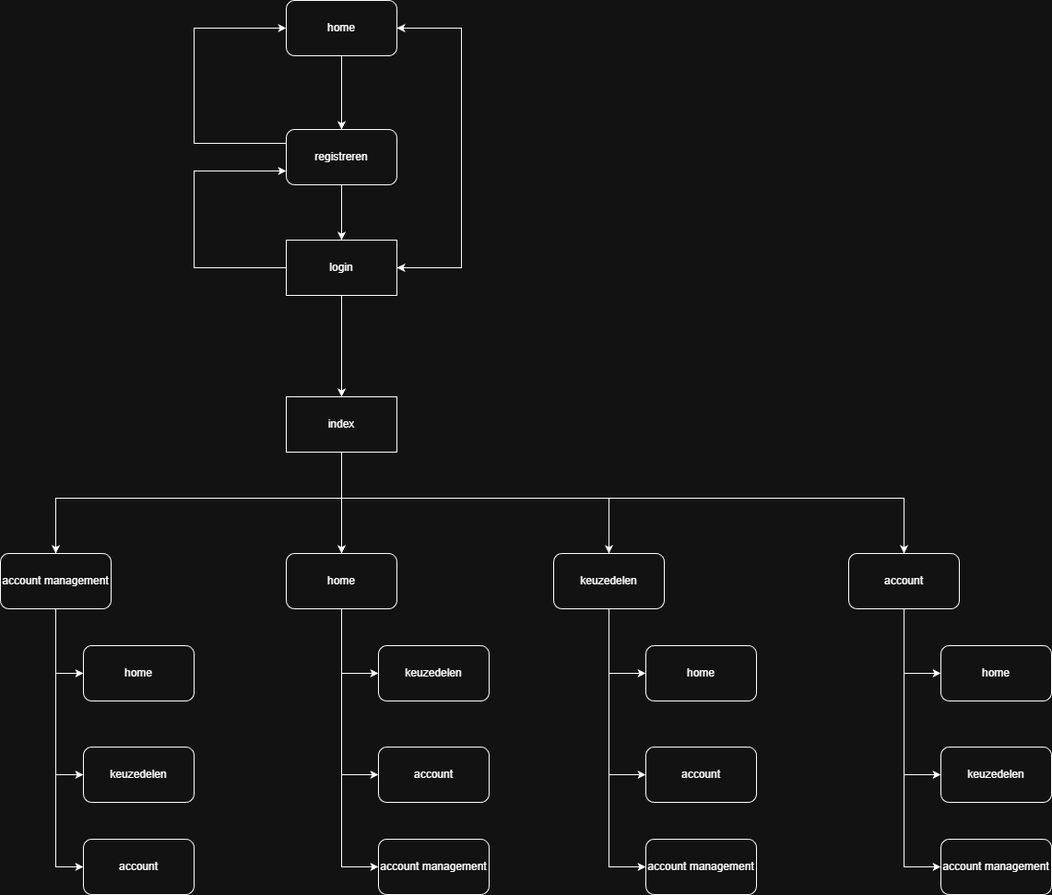
Above: documentatie/keuzedelen-sitemap.png in Ziad6700/laravel2 (draw.io), before the change. Source tidied: cells renumbered, new cells last; positions are measured from the earlier drawing's top-left corner, leaving out a move shared by most shapes.
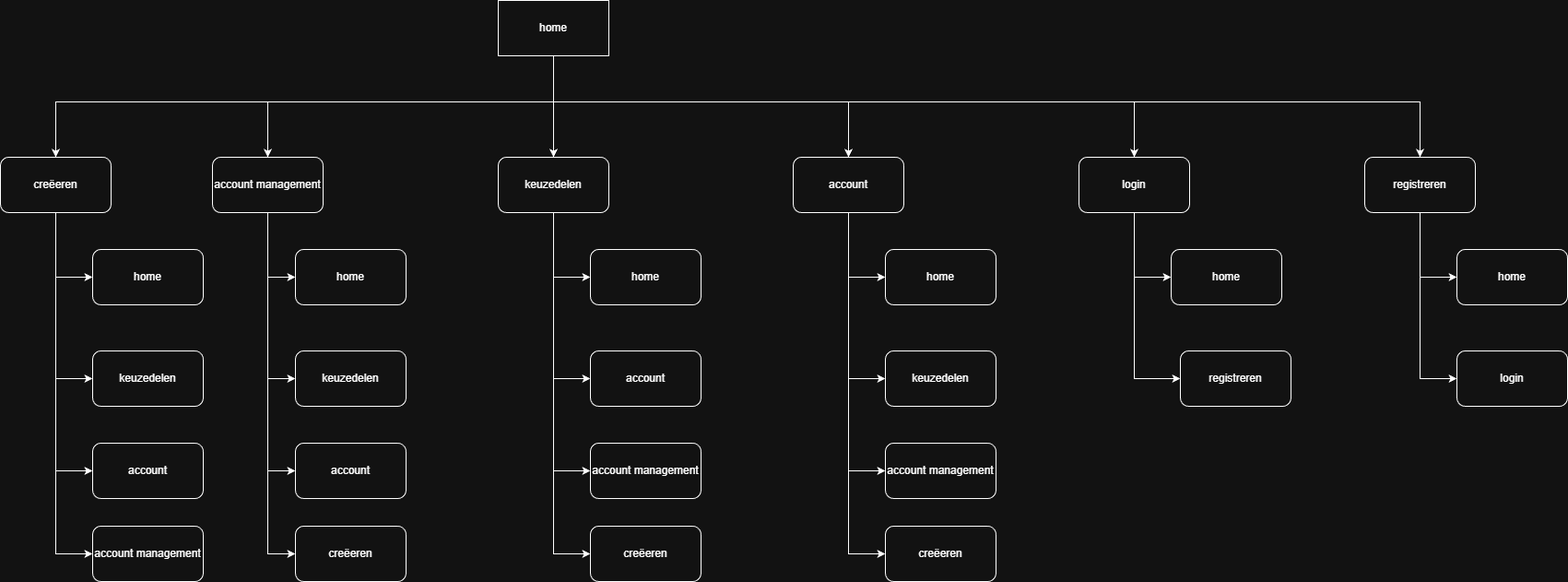
After the commit.

The edit, as a diff of the source:
```diff
@@ -2,182 +2,76 @@
   <root>
     <mxCell id="0" />
     <mxCell id="1" parent="0" />
-    <mxCell id="2" value="home" style="rounded=1;whiteSpace=wrap;html=1;" parent="1" vertex="1">
-      <mxGeometry x="310" width="120" height="60" as="geometry" />
-    </mxCell>
-    <mxCell id="3" value="registreren" style="rounded=1;whiteSpace=wrap;html=1;" parent="1" vertex="1">
-      <mxGeometry x="310" y="140" width="120" height="60" as="geometry" />
-    </mxCell>
-    <mxCell id="4" style="endArrow=classic;html=1;rounded=0;exitX=0.5;exitY=1;exitDx=0;exitDy=0;entryX=0.5;entryY=0;entryDx=0;entryDy=0;" parent="1" edge="1" source="2" target="3">
-      <mxGeometry relative="1" as="geometry" />
-    </mxCell>
-    <mxCell id="5" style="endArrow=classic;html=1;rounded=0;exitX=0.5;exitY=1;exitDx=0;exitDy=0;" parent="1" edge="1" source="3">
-      <mxGeometry relative="1" as="geometry">
-        <mxPoint x="370" y="260" as="targetPoint" />
-      </mxGeometry>
-    </mxCell>
-    <mxCell id="6" value="login" style="rounded=0;whiteSpace=wrap;html=1;" parent="1" vertex="1">
-      <mxGeometry x="310" y="260" width="120" height="60" as="geometry" />
-    </mxCell>
-    <mxCell id="7" style="endArrow=classic;html=1;rounded=0;exitX=0.5;exitY=1;exitDx=0;exitDy=0;" parent="1" edge="1" source="6">
-      <mxGeometry relative="1" as="geometry">
-        <mxPoint x="370" y="430" as="targetPoint" />
-      </mxGeometry>
-    </mxCell>
-    <mxCell id="8" value="index" style="rounded=0;whiteSpace=wrap;html=1;" parent="1" vertex="1">
+    <mxCell id="8" value="home" style="rounded=0;whiteSpace=wrap;html=1;" parent="1" vertex="1">
       <mxGeometry x="310" y="430" width="120" height="60" as="geometry" />
     </mxCell>
-    <mxCell id="9" value="home" style="rounded=1;whiteSpace=wrap;html=1;" parent="1" vertex="1">
-      <mxGeometry x="310" y="600" width="120" height="60" as="geometry" />
-    </mxCell>
-    <mxCell id="10" style="endArrow=classic;html=1;rounded=0;exitX=0;exitY=0.5;exitDx=0;exitDy=0;entryX=0;entryY=0.75;entryDx=0;entryDy=0;" parent="1" edge="1" source="6" target="3">
-      <mxGeometry relative="1" as="geometry">
-        <Array as="points">
-          <mxPoint x="210" y="290" />
-          <mxPoint x="210" y="185" />
-        </Array>
-      </mxGeometry>
-    </mxCell>
-    <mxCell id="11" style="endArrow=classic;html=1;rounded=0;exitX=1;exitY=0.5;exitDx=0;exitDy=0;entryX=1;entryY=0.5;entryDx=0;entryDy=0;" parent="1" edge="1" source="6" target="2">
-      <mxGeometry relative="1" as="geometry">
-        <Array as="points">
-          <mxPoint x="500" y="290" />
-          <mxPoint x="500" y="30" />
-        </Array>
-      </mxGeometry>
-    </mxCell>
-    <mxCell id="12" style="endArrow=classic;html=1;rounded=0;exitX=0;exitY=0.25;exitDx=0;exitDy=0;entryX=0;entryY=0.5;entryDx=0;entryDy=0;" parent="1" edge="1" source="3" target="2">
-      <mxGeometry relative="1" as="geometry">
-        <Array as="points">
-          <mxPoint x="210" y="155" />
-          <mxPoint x="210" y="30" />
-        </Array>
-      </mxGeometry>
-    </mxCell>
-    <mxCell id="13" style="endArrow=classic;html=1;rounded=0;entryX=1;entryY=0.5;entryDx=0;entryDy=0;" parent="1" edge="1" target="6">
-      <mxGeometry relative="1" as="geometry">
-        <mxPoint x="500" y="290" as="sourcePoint" />
-      </mxGeometry>
-    </mxCell>
-    <mxCell id="14" style="endArrow=classic;html=1;rounded=0;entryX=0.5;entryY=0;entryDx=0;entryDy=0;exitX=0.5;exitY=1;exitDx=0;exitDy=0;" parent="1" edge="1" source="8" target="9">
-      <mxGeometry relative="1" as="geometry" />
-    </mxCell>
-    <mxCell id="15" style="endArrow=classic;html=1;rounded=0;exitX=0.5;exitY=1;exitDx=0;exitDy=0;entryX=0;entryY=0.5;entryDx=0;entryDy=0;" parent="1" edge="1" source="9" target="16">
-      <mxGeometry relative="1" as="geometry">
-        <Array as="points">
-          <mxPoint x="370" y="730" />
-        </Array>
-      </mxGeometry>
-    </mxCell>
-    <mxCell id="16" value="keuzedelen" style="rounded=1;whiteSpace=wrap;html=1;" parent="1" vertex="1">
-      <mxGeometry x="410" y="700" width="120" height="60" as="geometry" />
-    </mxCell>
-    <mxCell id="17" style="endArrow=classic;html=1;rounded=0;entryX=0;entryY=0.5;entryDx=0;entryDy=0;" parent="1" edge="1" target="18">
-      <mxGeometry relative="1" as="geometry">
-        <mxPoint x="370" y="730" as="sourcePoint" />
-        <Array as="points">
-          <mxPoint x="370" y="840" />
-        </Array>
-      </mxGeometry>
-    </mxCell>
-    <mxCell id="18" value="account" style="rounded=1;whiteSpace=wrap;html=1;" parent="1" vertex="1">
-      <mxGeometry x="410" y="810" width="120" height="60" as="geometry" />
-    </mxCell>
-    <mxCell id="19" value="account management" style="rounded=1;whiteSpace=wrap;html=1;" parent="1" vertex="1">
-      <mxGeometry x="410" y="910" width="120" height="60" as="geometry" />
-    </mxCell>
-    <mxCell id="20" style="endArrow=classic;html=1;rounded=0;entryX=0;entryY=0.5;entryDx=0;entryDy=0;" parent="1" edge="1" target="19">
-      <mxGeometry relative="1" as="geometry">
-        <mxPoint x="370" y="840" as="sourcePoint" />
-        <Array as="points">
-          <mxPoint x="370" y="940" />
-        </Array>
-      </mxGeometry>
-    </mxCell>
-    <mxCell id="21" style="endArrow=classic;html=1;rounded=0;entryX=0.5;entryY=0;entryDx=0;entryDy=0;" parent="1" edge="1" target="22">
-      <mxGeometry relative="1" as="geometry">
-        <mxPoint x="370" y="540" as="sourcePoint" />
-        <Array as="points">
-          <mxPoint x="660" y="540" />
-        </Array>
-      </mxGeometry>
-    </mxCell>
     <mxCell id="22" value="keuzedelen" style="rounded=1;whiteSpace=wrap;html=1;" parent="1" vertex="1">
-      <mxGeometry x="600" y="600" width="120" height="60" as="geometry" />
+      <mxGeometry x="310" y="600" width="120" height="60" as="geometry" />
     </mxCell>
-    <mxCell id="23" style="endArrow=classic;html=1;rounded=0;exitX=0.5;exitY=1;exitDx=0;exitDy=0;entryX=0;entryY=0.5;entryDx=0;entryDy=0;" parent="1" edge="1" source="22" target="24">
+    <mxCell id="23" style="endArrow=classic;html=1;rounded=0;entryX=0;entryY=0.5;entryDx=0;entryDy=0;" parent="1" edge="1" source="22" target="24">
       <mxGeometry relative="1" as="geometry">
         <Array as="points">
-          <mxPoint x="660" y="730" />
+          <mxPoint x="370" y="730" />
         </Array>
       </mxGeometry>
     </mxCell>
     <mxCell id="24" value="home" style="rounded=1;whiteSpace=wrap;html=1;" parent="1" vertex="1">
-      <mxGeometry x="700" y="700" width="120" height="60" as="geometry" />
+      <mxGeometry x="410" y="700" width="120" height="60" as="geometry" />
     </mxCell>
     <mxCell id="25" value="account" style="rounded=1;whiteSpace=wrap;html=1;" parent="1" vertex="1">
-      <mxGeometry x="700" y="810" width="120" height="60" as="geometry" />
+      <mxGeometry x="410" y="810" width="120" height="60" as="geometry" />
     </mxCell>
     <mxCell id="26" style="endArrow=classic;html=1;rounded=0;entryX=0;entryY=0.5;entryDx=0;entryDy=0;" parent="1" edge="1" target="25">
       <mxGeometry relative="1" as="geometry">
-        <mxPoint x="660" y="730" as="sourcePoint" />
+        <mxPoint x="370" y="730" as="sourcePoint" />
         <Array as="points">
-          <mxPoint x="660" y="840" />
+          <mxPoint x="370" y="840" />
         </Array>
       </mxGeometry>
     </mxCell>
     <mxCell id="27" value="account management" style="rounded=1;whiteSpace=wrap;html=1;" parent="1" vertex="1">
-      <mxGeometry x="700" y="910" width="120" height="60" as="geometry" />
+      <mxGeometry x="410" y="910" width="120" height="60" as="geometry" />
     </mxCell>
     <mxCell id="28" style="endArrow=classic;html=1;rounded=0;entryX=0;entryY=0.5;entryDx=0;entryDy=0;" parent="1" edge="1" target="27">
       <mxGeometry relative="1" as="geometry">
-        <mxPoint x="660" y="840" as="sourcePoint" />
+        <mxPoint x="370" y="840" as="sourcePoint" />
         <Array as="points">
-          <mxPoint x="660" y="940" />
+          <mxPoint x="370" y="940" />
         </Array>
       </mxGeometry>
     </mxCell>
     <mxCell id="29" value="account" style="rounded=1;whiteSpace=wrap;html=1;" parent="1" vertex="1">
-      <mxGeometry x="920" y="600" width="120" height="60" as="geometry" />
+      <mxGeometry x="630" y="600" width="120" height="60" as="geometry" />
     </mxCell>
-    <mxCell id="30" style="endArrow=classic;html=1;rounded=0;entryX=0.5;entryY=0;entryDx=0;entryDy=0;" parent="1" edge="1" target="29">
-      <mxGeometry relative="1" as="geometry">
-        <mxPoint x="660" y="540" as="sourcePoint" />
-        <Array as="points">
-          <mxPoint x="820" y="540" />
-          <mxPoint x="980" y="540" />
-        </Array>
-      </mxGeometry>
-    </mxCell>
     <mxCell id="31" value="home" style="rounded=1;whiteSpace=wrap;html=1;" parent="1" vertex="1">
-      <mxGeometry x="1020" y="700" width="120" height="60" as="geometry" />
+      <mxGeometry x="730" y="700" width="120" height="60" as="geometry" />
     </mxCell>
     <mxCell id="32" style="endArrow=classic;html=1;rounded=0;exitX=0.5;exitY=1;exitDx=0;exitDy=0;entryX=0;entryY=0.5;entryDx=0;entryDy=0;" parent="1" edge="1" source="29" target="31">
       <mxGeometry relative="1" as="geometry">
         <Array as="points">
-          <mxPoint x="980" y="730" />
+          <mxPoint x="690" y="730" />
         </Array>
       </mxGeometry>
     </mxCell>
     <mxCell id="33" value="keuzedelen" style="rounded=1;whiteSpace=wrap;html=1;" parent="1" vertex="1">
-      <mxGeometry x="1020" y="810" width="120" height="60" as="geometry" />
+      <mxGeometry x="730" y="810" width="120" height="60" as="geometry" />
     </mxCell>
     <mxCell id="34" style="endArrow=classic;html=1;rounded=0;entryX=0;entryY=0.5;entryDx=0;entryDy=0;" parent="1" edge="1" target="33">
       <mxGeometry relative="1" as="geometry">
-        <mxPoint x="980" y="730" as="sourcePoint" />
+        <mxPoint x="690" y="730" as="sourcePoint" />
         <Array as="points">
-          <mxPoint x="980" y="840" />
+          <mxPoint x="690" y="840" />
         </Array>
       </mxGeometry>
     </mxCell>
     <mxCell id="35" value="account management" style="rounded=1;whiteSpace=wrap;html=1;" parent="1" vertex="1">
-      <mxGeometry x="1020" y="910" width="120" height="60" as="geometry" />
+      <mxGeometry x="730" y="910" width="120" height="60" as="geometry" />
     </mxCell>
     <mxCell id="36" style="endArrow=classic;html=1;rounded=0;entryX=0;entryY=0.5;entryDx=0;entryDy=0;" parent="1" edge="1" target="35">
       <mxGeometry relative="1" as="geometry">
-        <mxPoint x="980" y="840" as="sourcePoint" />
+        <mxPoint x="690" y="840" as="sourcePoint" />
         <Array as="points">
-          <mxPoint x="980" y="940" />
+          <mxPoint x="690" y="940" />
         </Array>
       </mxGeometry>
     </mxCell>
@@ -225,5 +119,167 @@
         </Array>
       </mxGeometry>
     </mxCell>
+    <mxCell id="45" style="endArrow=classic;html=1;rounded=0;exitX=0.5;exitY=1;exitDx=0;exitDy=0;entryX=0.5;entryY=0;entryDx=0;entryDy=0;" parent="1" edge="1" source="8" target="22">
+      <mxGeometry relative="1" as="geometry" />
+    </mxCell>
+    <mxCell id="46" style="endArrow=classic;html=1;rounded=0;entryX=0.5;entryY=0;entryDx=0;entryDy=0;" parent="1" edge="1" target="29">
+      <mxGeometry relative="1" as="geometry">
+        <mxPoint x="370" y="540" as="sourcePoint" />
+        <Array as="points">
+          <mxPoint x="690" y="540" />
+        </Array>
+      </mxGeometry>
+    </mxCell>
+    <mxCell id="47" style="endArrow=classic;html=1;rounded=0;entryX=0.5;entryY=0;entryDx=0;entryDy=0;" parent="1" edge="1" target="48">
+      <mxGeometry relative="1" as="geometry">
+        <mxPoint x="690" y="540" as="sourcePoint" />
+        <Array as="points">
+          <mxPoint x="1000" y="540" />
+        </Array>
+      </mxGeometry>
+    </mxCell>
+    <mxCell id="48" value="login" style="rounded=1;whiteSpace=wrap;html=1;" parent="1" vertex="1">
+      <mxGeometry x="940" y="600" width="120" height="60" as="geometry" />
+    </mxCell>
+    <mxCell id="49" value="home" style="rounded=1;whiteSpace=wrap;html=1;" parent="1" vertex="1">
+      <mxGeometry x="1040" y="700" width="120" height="60" as="geometry" />
+    </mxCell>
+    <mxCell id="50" style="endArrow=classic;html=1;rounded=0;exitX=0.5;exitY=1;exitDx=0;exitDy=0;entryX=0;entryY=0.5;entryDx=0;entryDy=0;" parent="1" edge="1" source="48" target="49">
+      <mxGeometry relative="1" as="geometry">
+        <Array as="points">
+          <mxPoint x="1000" y="730" />
+        </Array>
+      </mxGeometry>
+    </mxCell>
+    <mxCell id="51" value="registreren" style="rounded=1;whiteSpace=wrap;html=1;" parent="1" vertex="1">
+      <mxGeometry x="1050" y="810" width="120" height="60" as="geometry" />
+    </mxCell>
+    <mxCell id="52" style="endArrow=classic;html=1;rounded=0;entryX=0;entryY=0.5;entryDx=0;entryDy=0;" parent="1" edge="1" target="51">
+      <mxGeometry relative="1" as="geometry">
+        <mxPoint x="1000" y="730" as="sourcePoint" />
+        <Array as="points">
+          <mxPoint x="1000" y="840" />
+        </Array>
+      </mxGeometry>
+    </mxCell>
+    <mxCell id="53" value="registreren" style="rounded=1;whiteSpace=wrap;html=1;" parent="1" vertex="1">
+      <mxGeometry x="1250" y="600" width="120" height="60" as="geometry" />
+    </mxCell>
+    <mxCell id="54" style="endArrow=classic;html=1;rounded=0;entryX=0.5;entryY=0;entryDx=0;entryDy=0;" parent="1" edge="1" target="53">
+      <mxGeometry relative="1" as="geometry">
+        <mxPoint x="1000" y="540" as="sourcePoint" />
+        <Array as="points">
+          <mxPoint x="1310" y="540" />
+        </Array>
+      </mxGeometry>
+    </mxCell>
+    <mxCell id="55" value="home" style="rounded=1;whiteSpace=wrap;html=1;" parent="1" vertex="1">
+      <mxGeometry x="1350" y="700" width="120" height="60" as="geometry" />
+    </mxCell>
+    <mxCell id="56" style="endArrow=classic;html=1;rounded=0;exitX=0.5;exitY=1;exitDx=0;exitDy=0;entryX=0;entryY=0.5;entryDx=0;entryDy=0;" parent="1" edge="1" source="53" target="55">
+      <mxGeometry relative="1" as="geometry">
+        <Array as="points">
+          <mxPoint x="1310" y="730" />
+        </Array>
+      </mxGeometry>
+    </mxCell>
+    <mxCell id="57" value="login" style="rounded=1;whiteSpace=wrap;html=1;" parent="1" vertex="1">
+      <mxGeometry x="1350" y="810" width="120" height="60" as="geometry" />
+    </mxCell>
+    <mxCell id="58" style="endArrow=classic;html=1;rounded=0;entryX=0;entryY=0.5;entryDx=0;entryDy=0;" parent="1" edge="1" target="57">
+      <mxGeometry relative="1" as="geometry">
+        <mxPoint x="1310" y="730" as="sourcePoint" />
+        <Array as="points">
+          <mxPoint x="1310" y="840" />
+        </Array>
+      </mxGeometry>
+    </mxCell>
+    <mxCell id="59" value="creëeren" style="rounded=1;whiteSpace=wrap;html=1;" parent="1" vertex="1">
+      <mxGeometry x="730" y="1000" width="120" height="60" as="geometry" />
+    </mxCell>
+    <mxCell id="60" style="endArrow=classic;html=1;rounded=0;entryX=0;entryY=0.5;entryDx=0;entryDy=0;" parent="1" edge="1" target="59">
+      <mxGeometry relative="1" as="geometry">
+        <mxPoint x="690" y="940" as="sourcePoint" />
+        <Array as="points">
+          <mxPoint x="690" y="1030" />
+        </Array>
+      </mxGeometry>
+    </mxCell>
+    <mxCell id="61" value="creëeren" style="rounded=1;whiteSpace=wrap;html=1;" parent="1" vertex="1">
+      <mxGeometry x="410" y="1000" width="120" height="60" as="geometry" />
+    </mxCell>
+    <mxCell id="62" style="endArrow=classic;html=1;rounded=0;entryX=0;entryY=0.5;entryDx=0;entryDy=0;" parent="1" edge="1" target="61">
+      <mxGeometry relative="1" as="geometry">
+        <mxPoint x="370" y="940" as="sourcePoint" />
+        <Array as="points">
+          <mxPoint x="370" y="1030" />
+        </Array>
+      </mxGeometry>
+    </mxCell>
+    <mxCell id="63" value="creëeren" style="rounded=1;whiteSpace=wrap;html=1;" parent="1" vertex="1">
+      <mxGeometry x="90" y="1000" width="120" height="60" as="geometry" />
+    </mxCell>
+    <mxCell id="64" style="endArrow=classic;html=1;rounded=0;entryX=0;entryY=0.5;entryDx=0;entryDy=0;" parent="1" edge="1" target="63">
+      <mxGeometry relative="1" as="geometry">
+        <mxPoint x="60" y="940" as="sourcePoint" />
+        <Array as="points">
+          <mxPoint x="60" y="1030" />
+        </Array>
+      </mxGeometry>
+    </mxCell>
+    <mxCell id="65" value="home" style="rounded=1;whiteSpace=wrap;html=1;" parent="1" vertex="1">
+      <mxGeometry x="-130" y="700" width="120" height="60" as="geometry" />
+    </mxCell>
+    <mxCell id="66" value="creëeren" style="rounded=1;whiteSpace=wrap;html=1;" parent="1" vertex="1">
+      <mxGeometry x="-230" y="600" width="120" height="60" as="geometry" />
+    </mxCell>
+    <mxCell id="67" style="endArrow=classic;html=1;rounded=0;entryX=0.5;entryY=0;entryDx=0;entryDy=0;" parent="1" edge="1" target="66">
+      <mxGeometry relative="1" as="geometry">
+        <mxPoint x="60" y="540" as="sourcePoint" />
+        <Array as="points">
+          <mxPoint x="-170" y="540" />
+        </Array>
+      </mxGeometry>
+    </mxCell>
+    <mxCell id="68" style="endArrow=classic;html=1;rounded=0;exitX=0.5;exitY=1;exitDx=0;exitDy=0;entryX=0;entryY=0.5;entryDx=0;entryDy=0;" parent="1" edge="1" source="66" target="65">
+      <mxGeometry relative="1" as="geometry">
+        <Array as="points">
+          <mxPoint x="-170" y="730" />
+        </Array>
+      </mxGeometry>
+    </mxCell>
+    <mxCell id="16" value="keuzedelen" style="rounded=1;whiteSpace=wrap;html=1;" parent="1" vertex="1">
+      <mxGeometry x="-130" y="810" width="120" height="60" as="geometry" />
+    </mxCell>
+    <mxCell id="69" style="endArrow=classic;html=1;rounded=0;entryX=0;entryY=0.5;entryDx=0;entryDy=0;" parent="1" edge="1" target="16">
+      <mxGeometry relative="1" as="geometry">
+        <mxPoint x="-170" y="730" as="sourcePoint" />
+        <Array as="points">
+          <mxPoint x="-170" y="840" />
+        </Array>
+      </mxGeometry>
+    </mxCell>
+    <mxCell id="18" value="account" style="rounded=1;whiteSpace=wrap;html=1;" parent="1" vertex="1">
+      <mxGeometry x="-130" y="910" width="120" height="60" as="geometry" />
+    </mxCell>
+    <mxCell id="70" style="endArrow=classic;html=1;rounded=0;entryX=0;entryY=0.5;entryDx=0;entryDy=0;" parent="1" edge="1" target="18">
+      <mxGeometry relative="1" as="geometry">
+        <mxPoint x="-170" y="840" as="sourcePoint" />
+        <Array as="points">
+          <mxPoint x="-170" y="940" />
+        </Array>
+      </mxGeometry>
+    </mxCell>
+    <mxCell id="19" value="account management" style="rounded=1;whiteSpace=wrap;html=1;" parent="1" vertex="1">
+      <mxGeometry x="-130" y="1000" width="120" height="60" as="geometry" />
+    </mxCell>
+    <mxCell id="71" style="endArrow=classic;html=1;rounded=0;entryX=0;entryY=0.5;entryDx=0;entryDy=0;" parent="1" edge="1" target="19">
+      <mxGeometry relative="1" as="geometry">
+        <mxPoint x="-170" y="940" as="sourcePoint" />
+        <Array as="points">
+          <mxPoint x="-170" y="1030" />
+        </Array>
+      </mxGeometry>
+    </mxCell>
   </root>
 </mxGraphModel>
```
